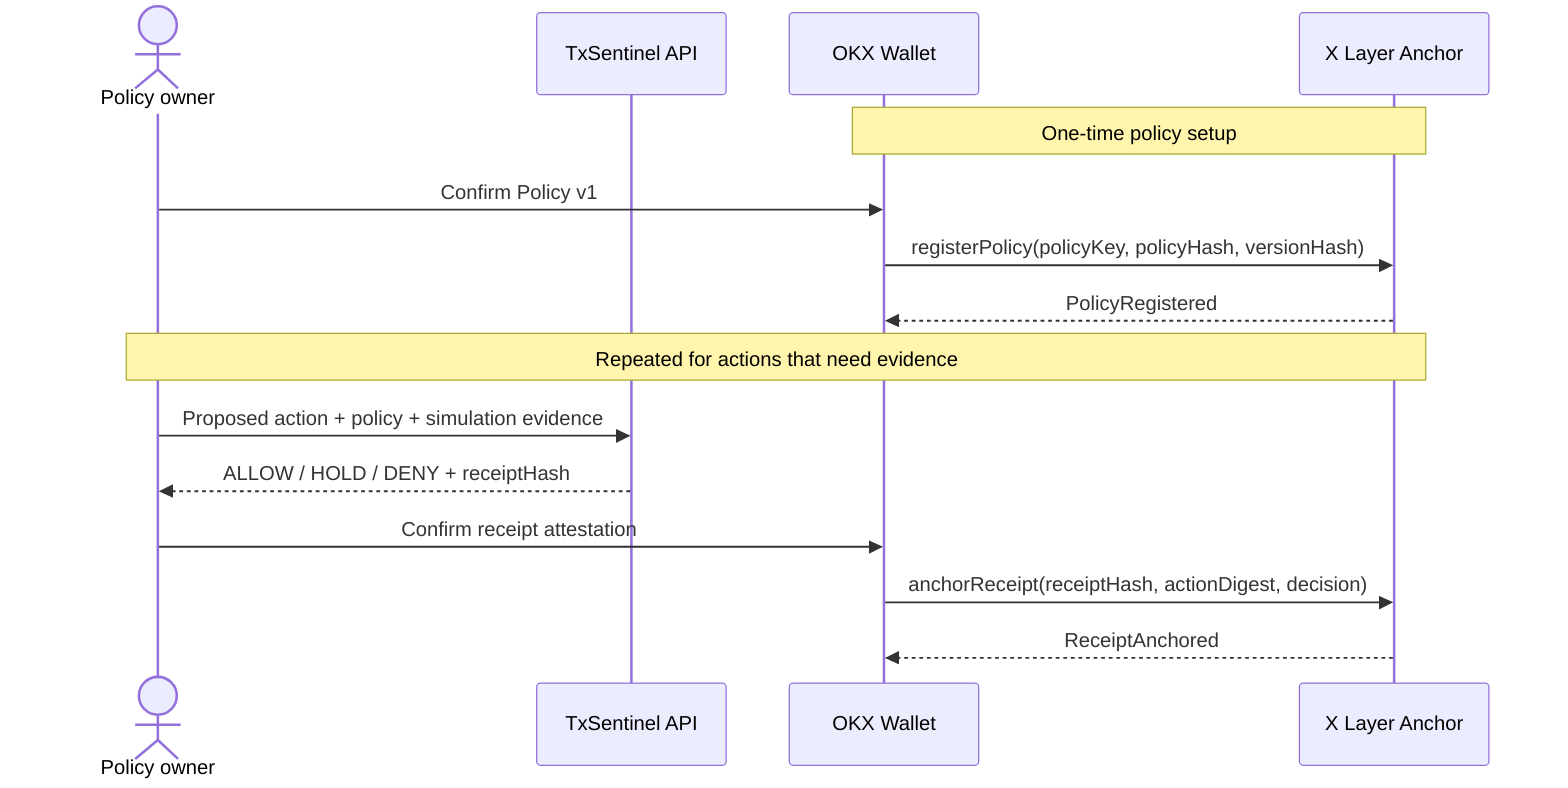
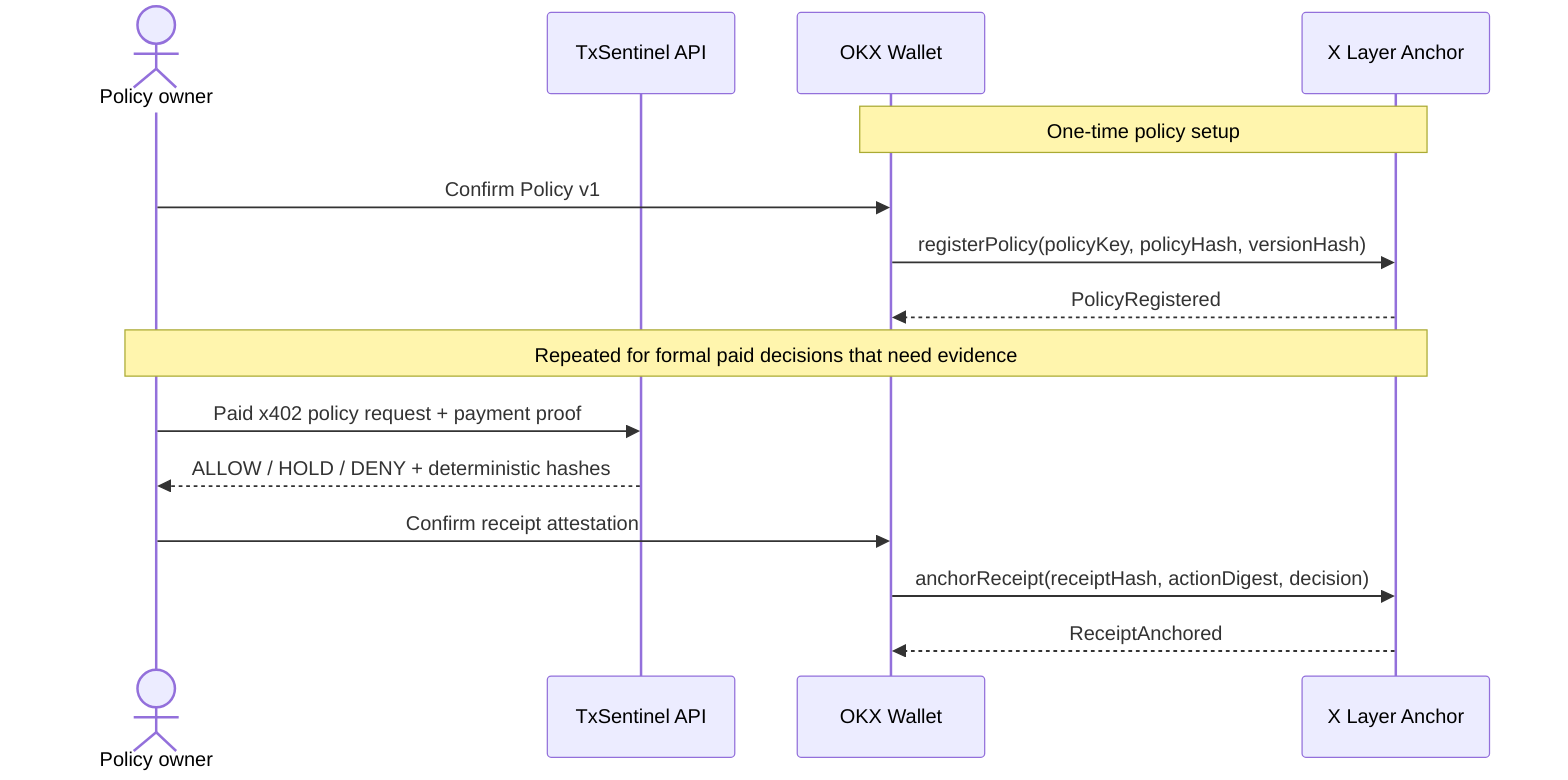
sequenceDiagram
  actor U as Policy owner
  participant T as TxSentinel API
  participant W as OKX Wallet
  participant C as X Layer Anchor

  Note over W,C: One-time policy setup
  U->>W: Confirm Policy v1
  W->>C: registerPolicy(policyKey, policyHash, versionHash)
  C-->>W: PolicyRegistered

-   Note over U,C: Repeated for actions that need evidence
-   U->>T: Proposed action + policy + simulation evidence
-   T-->>U: ALLOW / HOLD / DENY + receiptHash
+   Note over U,C: Repeated for formal paid decisions that need evidence
+   U->>T: Paid x402 policy request + payment proof
+   T-->>U: ALLOW / HOLD / DENY + deterministic hashes
  U->>W: Confirm receipt attestation
  W->>C: anchorReceipt(receiptHash, actionDigest, decision)
  C-->>W: ReceiptAnchored
